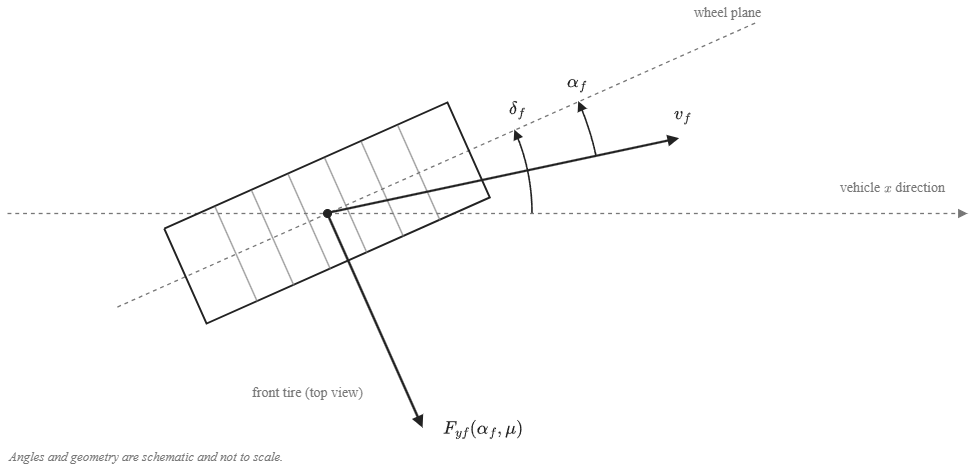
Above: Figures/new/main/Fig_Tire_force.png in TanTramM/Adaptive-EPS-using-Reinforcement-Learning (draw.io), before the change. Source tidied: cells renumbered, new cells last; positions are measured from the earlier drawing's top-left corner, leaving out a move shared by most shapes.
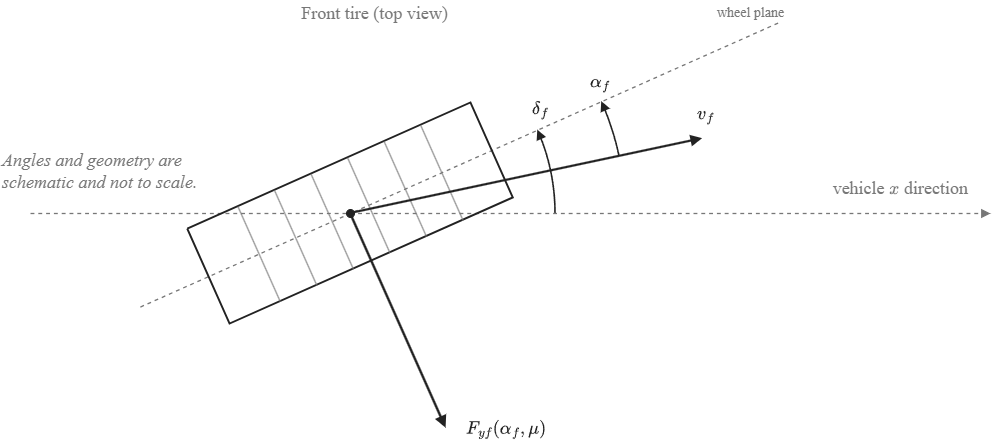
After the change.

The edit, as a diff of the source:
```diff
@@ -8,7 +8,7 @@
         <mxPoint x="960" y="213" as="targetPoint" />
       </mxGeometry>
     </mxCell>
-    <mxCell id="3" value="vehicle `x` direction" style="text;html=1;strokeColor=none;fillColor=none;align=right;verticalAlign=middle;whiteSpace=wrap;fontColor=#777777;fontSize=14;fontFamily=Times New Roman;" parent="1" vertex="1">
+    <mxCell id="3" value="&lt;font style=&quot;font-size: 18px;&quot;&gt;vehicle `x` direction&lt;/font&gt;" style="text;html=1;strokeColor=none;fillColor=none;align=right;verticalAlign=middle;whiteSpace=wrap;fontColor=#777777;fontSize=14;fontFamily=Times New Roman;" parent="1" vertex="1">
       <mxGeometry x="750" y="175" width="190" height="26" as="geometry" />
     </mxCell>
     <mxCell id="4" style="endArrow=none;startArrow=none;endFill=1;startFill=1;html=1;rounded=0;strokeColor=#777777;strokeWidth=1.3;dashed=1;" parent="1" edge="1">
@@ -67,8 +67,8 @@
         <mxPoint x="432.5" y="219.8" as="targetPoint" />
       </mxGeometry>
     </mxCell>
-    <mxCell id="13" value="front tire (top view)" style="text;html=1;strokeColor=none;fillColor=none;align=center;verticalAlign=middle;whiteSpace=wrap;fontColor=#777777;fontSize=14;fontFamily=Times New Roman;" parent="1" vertex="1">
-      <mxGeometry x="195.5" y="380" width="209" height="26" as="geometry" />
+    <mxCell id="13" value="Front tire (top view)" style="text;html=1;strokeColor=none;fillColor=none;align=center;verticalAlign=middle;whiteSpace=wrap;fontColor=#777777;fontSize=18;fontFamily=Times New Roman;" parent="1" vertex="1">
+      <mxGeometry x="240" width="209" height="26" as="geometry" />
     </mxCell>
     <mxCell id="14" style="endArrow=block;startArrow=none;endFill=1;startFill=1;html=1;rounded=0;strokeColor=#222222;strokeWidth=2.2;" parent="1" edge="1">
       <mxGeometry relative="1" as="geometry">
@@ -147,8 +147,8 @@
     <mxCell id="22" value="`alpha_f`" style="text;html=1;strokeColor=none;fillColor=none;align=center;verticalAlign=middle;whiteSpace=wrap;fontColor=#222222;fontSize=18;fontFamily=Times New Roman;" parent="1" vertex="1">
       <mxGeometry x="530" y="65" width="80" height="32" as="geometry" />
     </mxCell>
-    <mxCell id="23" value="Angles and geometry are schematic and not to scale." style="text;html=1;strokeColor=none;fillColor=none;align=left;verticalAlign=middle;whiteSpace=wrap;fontColor=#777777;fontSize=13;fontStyle=2;fontFamily=Times New Roman;" parent="1" vertex="1">
-      <mxGeometry y="443.7" width="467" height="25" as="geometry" />
+    <mxCell id="23" value="&lt;font style=&quot;font-size: 18px;&quot;&gt;Angles and geometry are schematic and not to scale.&lt;/font&gt;" style="text;html=1;strokeColor=none;fillColor=none;align=left;verticalAlign=middle;whiteSpace=wrap;fontColor=#777777;fontSize=13;fontStyle=2;fontFamily=Times New Roman;" parent="1" vertex="1">
+      <mxGeometry x="-30" y="158" width="237" height="25" as="geometry" />
     </mxCell>
   </root>
 </mxGraphModel>
```
